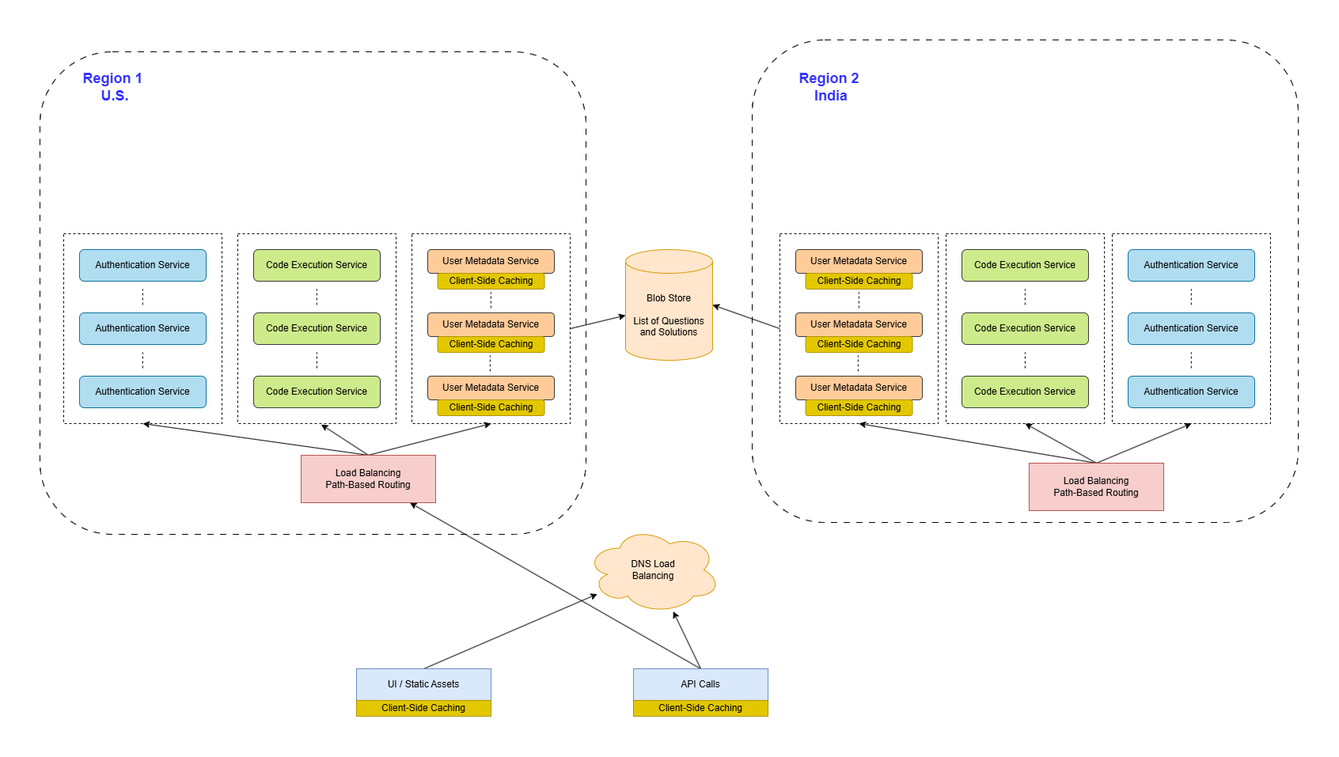
Above: SystemsExpert/Design AlgoExpert/design-algoexpert.png in alejosilvalau/coding-interview-prep (draw.io), before the change. Source tidied: cells renumbered, new cells last; positions are measured from the earlier drawing's top-left corner, leaving out a move shared by most shapes.
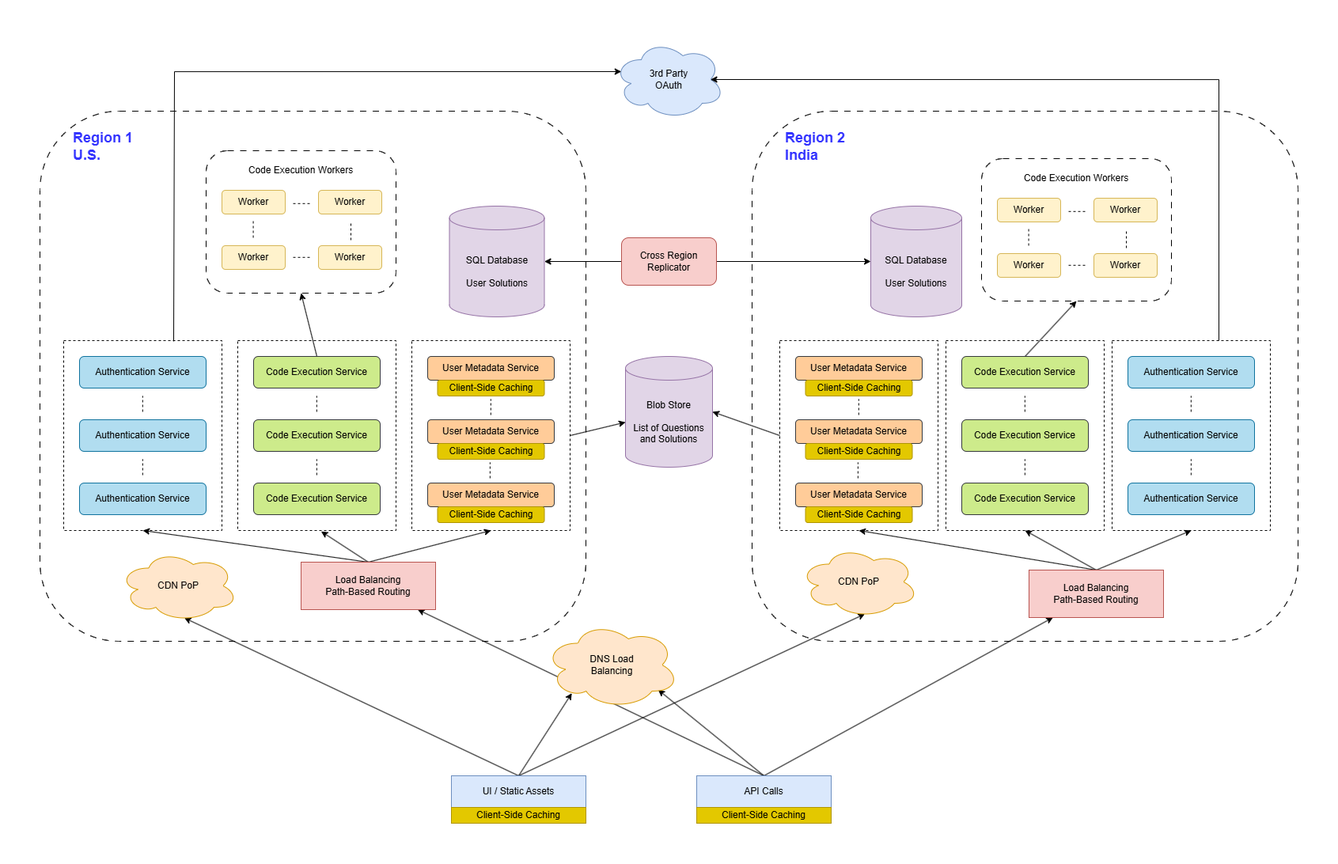
The same file after the commit.

Commit message:
Finished with the AlgoExpert Design

Change to the diagram source:
```diff
@@ -2,14 +2,17 @@
   <root>
     <mxCell id="0" />
     <mxCell id="1" parent="0" />
+    <mxCell id="67" style="rounded=1;whiteSpace=wrap;html=1;strokeColor=default;fillColor=none;dashed=1;dashPattern=8 8;" parent="1" vertex="1">
+      <mxGeometry x="210" y="5" width="240" height="180" as="geometry" />
+    </mxCell>
     <mxCell id="2" style="rounded=1;whiteSpace=wrap;html=1;fillColor=none;dashed=1;dashPattern=8 8;" parent="1" vertex="1">
-      <mxGeometry y="15" width="690" height="610" as="geometry" />
+      <mxGeometry y="-45" width="690" height="670" as="geometry" />
     </mxCell>
     <mxCell id="3" style="rounded=0;jettySize=auto;html=1;exitX=0.5;exitY=0;exitDx=0;exitDy=0;entryX=0.5;entryY=1;entryDx=0;entryDy=0;" parent="1" edge="1" source="45" target="40">
       <mxGeometry relative="1" as="geometry" />
     </mxCell>
     <mxCell id="4" style="rounded=1;whiteSpace=wrap;html=1;fillColor=none;dashed=1;dashPattern=8 8;" parent="1" vertex="1">
-      <mxGeometry x="900" width="690" height="610" as="geometry" />
+      <mxGeometry x="900" y="-45" width="690" height="670" as="geometry" />
     </mxCell>
     <mxCell id="5" style="rounded=0;whiteSpace=wrap;html=1;fillColor=none;dashed=1;" parent="1" vertex="1">
       <mxGeometry x="30" y="245" width="200" height="240" as="geometry" />
@@ -23,29 +26,38 @@
     <mxCell id="8" style="rounded=0;whiteSpace=wrap;html=1;fillColor=none;dashed=1;" parent="1" vertex="1">
       <mxGeometry x="470" y="245" width="200" height="240" as="geometry" />
     </mxCell>
-    <mxCell id="9" style="rounded=0;jettySize=auto;html=1;exitX=0.5;exitY=0;exitDx=0;exitDy=0;" parent="1" edge="1" source="10" target="16">
+    <mxCell id="9" style="rounded=0;jettySize=auto;html=1;exitX=0.5;exitY=0;exitDx=0;exitDy=0;entryX=0.204;entryY=0.824;entryDx=0;entryDy=0;entryPerimeter=0;" parent="1" edge="1" source="10" target="16">
       <mxGeometry relative="1" as="geometry" />
     </mxCell>
+    <mxCell id="68" style="rounded=0;jettySize=auto;html=1;exitX=0.5;exitY=0;exitDx=0;exitDy=0;entryX=0.55;entryY=0.95;entryDx=0;entryDy=0;entryPerimeter=0;" parent="1" edge="1" source="10" target="73">
+      <mxGeometry relative="1" as="geometry" />
+    </mxCell>
+    <mxCell id="69" style="rounded=0;jettySize=auto;html=1;exitX=0.5;exitY=0;exitDx=0;exitDy=0;entryX=0.55;entryY=0.95;entryDx=0;entryDy=0;entryPerimeter=0;" parent="1" edge="1" source="10" target="74">
+      <mxGeometry relative="1" as="geometry" />
+    </mxCell>
     <mxCell id="10" value="UI / Static Assets" style="rounded=0;whiteSpace=wrap;html=1;fillColor=#dae8fc;strokeColor=#6c8ebf;" parent="1" vertex="1">
-      <mxGeometry x="400" y="795" width="170" height="40" as="geometry" />
+      <mxGeometry x="520" y="795" width="170" height="40" as="geometry" />
     </mxCell>
-    <mxCell id="11" style="rounded=0;jettySize=auto;html=1;exitX=0.5;exitY=0;exitDx=0;exitDy=0;" parent="1" edge="1" source="13" target="16">
+    <mxCell id="11" style="rounded=0;jettySize=auto;html=1;exitX=0.5;exitY=0;exitDx=0;exitDy=0;entryX=0.846;entryY=0.785;entryDx=0;entryDy=0;entryPerimeter=0;" parent="1" edge="1" source="13" target="16">
       <mxGeometry relative="1" as="geometry" />
     </mxCell>
     <mxCell id="12" style="rounded=0;jettySize=auto;html=1;exitX=0.5;exitY=0;exitDx=0;exitDy=0;" parent="1" edge="1" source="13" target="20">
       <mxGeometry relative="1" as="geometry" />
     </mxCell>
+    <mxCell id="70" style="rounded=0;jettySize=auto;html=1;exitX=0.5;exitY=0;exitDx=0;exitDy=0;" parent="1" edge="1" source="13" target="45">
+      <mxGeometry relative="1" as="geometry" />
+    </mxCell>
     <mxCell id="13" value="API Calls" style="rounded=0;whiteSpace=wrap;html=1;fillColor=#dae8fc;strokeColor=#6c8ebf;" parent="1" vertex="1">
-      <mxGeometry x="750" y="795" width="170" height="40" as="geometry" />
+      <mxGeometry x="830" y="795" width="170" height="40" as="geometry" />
     </mxCell>
     <mxCell id="14" value="Client-Side Caching" style="rounded=0;whiteSpace=wrap;html=1;fillColor=#e3c800;strokeColor=#B09500;fontColor=#000000;" parent="1" vertex="1">
-      <mxGeometry x="400" y="835" width="170" height="20" as="geometry" />
+      <mxGeometry x="520" y="835" width="170" height="20" as="geometry" />
     </mxCell>
     <mxCell id="15" value="Client-Side Caching" style="rounded=0;whiteSpace=wrap;html=1;fillColor=#e3c800;strokeColor=#B09500;fontColor=#000000;" parent="1" vertex="1">
-      <mxGeometry x="750" y="835" width="170" height="20" as="geometry" />
+      <mxGeometry x="830" y="835" width="170" height="20" as="geometry" />
     </mxCell>
     <mxCell id="16" value="DNS Load&lt;div&gt;Balancing&lt;/div&gt;" style="ellipse;shape=cloud;whiteSpace=wrap;html=1;fillColor=#ffe6cc;strokeColor=#d79b00;" parent="1" vertex="1">
-      <mxGeometry x="690" y="615" width="170" height="110" as="geometry" />
+      <mxGeometry x="637.5" y="600" width="170" height="110" as="geometry" />
     </mxCell>
     <mxCell id="17" style="rounded=0;jettySize=auto;html=1;exitX=0.5;exitY=0;exitDx=0;exitDy=0;entryX=0.5;entryY=1;entryDx=0;entryDy=0;" parent="1" edge="1" source="20" target="5">
       <mxGeometry relative="1" as="geometry" />
@@ -80,6 +92,9 @@
         <mxPoint x="129.8" y="315" as="targetPoint" />
       </mxGeometry>
     </mxCell>
+    <mxCell id="71" style="rounded=0;jettySize=auto;html=1;exitX=0.5;exitY=0;exitDx=0;exitDy=0;entryX=0.5;entryY=1;entryDx=0;entryDy=0;" parent="1" edge="1" source="26" target="67">
+      <mxGeometry relative="1" as="geometry" />
+    </mxCell>
     <mxCell id="26" value="Code Execution Service" style="rounded=1;whiteSpace=wrap;html=1;fillColor=#cdeb8b;strokeColor=#36393d;" parent="1" vertex="1">
       <mxGeometry x="270" y="265" width="160" height="40" as="geometry" />
     </mxCell>
@@ -131,7 +146,7 @@
     <mxCell id="38" value="Client-Side Caching" style="rounded=1;whiteSpace=wrap;html=1;fillColor=#e3c800;strokeColor=#B09500;fontColor=#000000;" parent="1" vertex="1">
       <mxGeometry x="502.5" y="295" width="135" height="20" as="geometry" />
     </mxCell>
-    <mxCell id="39" value="Blob Store&lt;div&gt;&lt;br&gt;&lt;/div&gt;&lt;div&gt;List of Questions and Solutions&lt;/div&gt;" style="shape=cylinder3;whiteSpace=wrap;html=1;boundedLbl=1;backgroundOutline=1;size=15;fillColor=#ffe6cc;strokeColor=#d79b00;" parent="1" vertex="1">
+    <mxCell id="39" value="Blob Store&lt;div&gt;&lt;br&gt;&lt;/div&gt;&lt;div&gt;List of Questions and Solutions&lt;/div&gt;" style="shape=cylinder3;whiteSpace=wrap;html=1;boundedLbl=1;backgroundOutline=1;size=15;fillColor=#e1d5e7;strokeColor=#9673a6;" parent="1" vertex="1">
       <mxGeometry x="740" y="265" width="110" height="140" as="geometry" />
     </mxCell>
     <mxCell id="40" style="rounded=0;whiteSpace=wrap;html=1;fillColor=none;dashed=1;" parent="1" vertex="1">
@@ -173,6 +188,9 @@
         <mxPoint x="1454.8" y="315" as="targetPoint" />
       </mxGeometry>
     </mxCell>
+    <mxCell id="72" style="rounded=0;jettySize=auto;html=1;exitX=0.5;exitY=0;exitDx=0;exitDy=0;entryX=0.5;entryY=1;entryDx=0;entryDy=0;" parent="1" edge="1" source="51" target="92">
+      <mxGeometry relative="1" as="geometry" />
+    </mxCell>
     <mxCell id="51" value="Code Execution Service" style="rounded=1;whiteSpace=wrap;html=1;fillColor=#cdeb8b;strokeColor=#36393d;" parent="1" vertex="1">
       <mxGeometry x="1165" y="265" width="160" height="40" as="geometry" />
     </mxCell>
@@ -227,11 +245,132 @@
     <mxCell id="64" style="rounded=0;jettySize=auto;html=1;exitX=0;exitY=0.5;exitDx=0;exitDy=0;entryX=1;entryY=0.5;entryDx=0;entryDy=0;entryPerimeter=0;" parent="1" edge="1" source="42" target="39">
       <mxGeometry relative="1" as="geometry" />
     </mxCell>
-    <mxCell id="65" value="&lt;font color=&quot;#3333ff&quot; style=&quot;font-size: 18px;&quot;&gt;&lt;b&gt;Region 1&amp;nbsp;&lt;/b&gt;&lt;/font&gt;&lt;div&gt;&lt;b style=&quot;font-size: 18px; color: rgb(51, 51, 255); background-color: initial;&quot;&gt;U.S.&lt;/b&gt;&lt;/div&gt;" style="text;html=1;align=center;verticalAlign=middle;whiteSpace=wrap;rounded=0;" parent="1" vertex="1">
-      <mxGeometry x="30" y="45" width="130" height="30" as="geometry" />
+    <mxCell id="65" value="&lt;font color=&quot;#3333ff&quot; style=&quot;font-size: 18px;&quot;&gt;&lt;b&gt;Region 1&lt;/b&gt;&lt;/font&gt;&lt;div&gt;&lt;b style=&quot;background-color: initial; font-size: 18px; color: rgb(51, 51, 255);&quot;&gt;U.S.&lt;/b&gt;&lt;/div&gt;" style="text;html=1;align=left;verticalAlign=middle;whiteSpace=wrap;rounded=0;" parent="1" vertex="1">
+      <mxGeometry x="40" y="-15" width="90" height="30" as="geometry" />
     </mxCell>
-    <mxCell id="66" value="&lt;font color=&quot;#3333ff&quot; style=&quot;font-size: 18px;&quot;&gt;&lt;b&gt;Region 2&amp;nbsp;&lt;/b&gt;&lt;/font&gt;&lt;div&gt;&lt;b style=&quot;font-size: 18px; color: rgb(51, 51, 255); background-color: initial;&quot;&gt;India&lt;/b&gt;&lt;/div&gt;" style="text;html=1;align=center;verticalAlign=middle;whiteSpace=wrap;rounded=0;" parent="1" vertex="1">
-      <mxGeometry x="935" y="45" width="130" height="30" as="geometry" />
+    <mxCell id="66" value="&lt;font color=&quot;#3333ff&quot; style=&quot;font-size: 18px;&quot;&gt;&lt;b&gt;Region 2&lt;/b&gt;&lt;/font&gt;&lt;div style=&quot;&quot;&gt;&lt;b style=&quot;background-color: initial; font-size: 18px; color: rgb(51, 51, 255);&quot;&gt;India&lt;/b&gt;&lt;/div&gt;" style="text;html=1;align=left;verticalAlign=middle;whiteSpace=wrap;rounded=0;" parent="1" vertex="1">
+      <mxGeometry x="940" y="-15" width="90" height="30" as="geometry" />
     </mxCell>
+    <mxCell id="73" value="CDN PoP" style="ellipse;shape=cloud;whiteSpace=wrap;html=1;fillColor=#ffe6cc;strokeColor=#d79b00;" parent="1" vertex="1">
+      <mxGeometry x="100" y="510" width="150" height="90" as="geometry" />
+    </mxCell>
+    <mxCell id="74" value="CDN PoP" style="ellipse;shape=cloud;whiteSpace=wrap;html=1;fillColor=#ffe6cc;strokeColor=#d79b00;" parent="1" vertex="1">
+      <mxGeometry x="960" y="505" width="150" height="90" as="geometry" />
+    </mxCell>
+    <mxCell id="75" style="edgeStyle=orthogonalEdgeStyle;rounded=0;jettySize=auto;html=1;exitX=0;exitY=0.5;exitDx=0;exitDy=0;" parent="1" edge="1" source="77" target="78">
+      <mxGeometry relative="1" as="geometry" />
+    </mxCell>
+    <mxCell id="76" style="edgeStyle=orthogonalEdgeStyle;rounded=0;jettySize=auto;html=1;exitX=1;exitY=0.5;exitDx=0;exitDy=0;" parent="1" edge="1" source="77" target="79">
+      <mxGeometry relative="1" as="geometry" />
+    </mxCell>
+    <mxCell id="77" value="Cross Region Replicator" style="rounded=1;whiteSpace=wrap;html=1;fillColor=#f8cecc;strokeColor=#b85450;" parent="1" vertex="1">
+      <mxGeometry x="735" y="115" width="120" height="60" as="geometry" />
+    </mxCell>
+    <mxCell id="78" value="SQL Database&lt;div&gt;&lt;br&gt;&lt;div&gt;User Solutions&lt;/div&gt;&lt;/div&gt;" style="shape=cylinder3;whiteSpace=wrap;html=1;boundedLbl=1;backgroundOutline=1;size=15;fillColor=#e1d5e7;strokeColor=#9673a6;" parent="1" vertex="1">
+      <mxGeometry x="517.5" y="75" width="120" height="140" as="geometry" />
+    </mxCell>
+    <mxCell id="79" value="SQL Database&lt;div&gt;&lt;br&gt;&lt;div&gt;User Solutions&lt;/div&gt;&lt;/div&gt;" style="shape=cylinder3;whiteSpace=wrap;html=1;boundedLbl=1;backgroundOutline=1;size=15;fillColor=#e1d5e7;strokeColor=#9673a6;" parent="1" vertex="1">
+      <mxGeometry x="1050" y="75" width="115" height="140" as="geometry" />
+    </mxCell>
+    <mxCell id="80" value="3rd Party&lt;div&gt;OAuth&lt;/div&gt;" style="ellipse;shape=cloud;whiteSpace=wrap;html=1;fillColor=#dae8fc;strokeColor=#6c8ebf;" parent="1" vertex="1">
+      <mxGeometry x="725" y="-135" width="140" height="100" as="geometry" />
+    </mxCell>
+    <mxCell id="81" style="edgeStyle=orthogonalEdgeStyle;rounded=0;jettySize=auto;html=1;exitX=0.695;exitY=0.004;exitDx=0;exitDy=0;entryX=0.07;entryY=0.4;entryDx=0;entryDy=0;entryPerimeter=0;exitPerimeter=0;" parent="1" edge="1" source="5" target="80">
+      <mxGeometry relative="1" as="geometry">
+        <Array as="points">
+          <mxPoint x="170" y="-95" />
+        </Array>
+      </mxGeometry>
+    </mxCell>
+    <mxCell id="82" style="edgeStyle=orthogonalEdgeStyle;rounded=0;jettySize=auto;html=1;entryX=0.875;entryY=0.5;entryDx=0;entryDy=0;entryPerimeter=0;" parent="1" edge="1" target="80">
+      <mxGeometry relative="1" as="geometry">
+        <mxPoint x="1490" y="245" as="sourcePoint" />
+        <Array as="points">
+          <mxPoint x="1490" y="245" />
+          <mxPoint x="1490" y="-85" />
+        </Array>
+      </mxGeometry>
+    </mxCell>
+    <mxCell id="83" value="Worker" style="rounded=1;whiteSpace=wrap;html=1;fillColor=#fff2cc;strokeColor=#d6b656;" parent="1" vertex="1">
+      <mxGeometry x="230" y="55" width="80" height="30" as="geometry" />
+    </mxCell>
+    <mxCell id="84" value="Worker" style="rounded=1;whiteSpace=wrap;html=1;fillColor=#fff2cc;strokeColor=#d6b656;" parent="1" vertex="1">
+      <mxGeometry x="352" y="55" width="80" height="30" as="geometry" />
+    </mxCell>
+    <mxCell id="85" value="Worker" style="rounded=1;whiteSpace=wrap;html=1;fillColor=#fff2cc;strokeColor=#d6b656;" parent="1" vertex="1">
+      <mxGeometry x="352" y="125" width="80" height="30" as="geometry" />
+    </mxCell>
+    <mxCell id="86" value="Worker" style="rounded=1;whiteSpace=wrap;html=1;fillColor=#fff2cc;strokeColor=#d6b656;" parent="1" vertex="1">
+      <mxGeometry x="230" y="125" width="80" height="30" as="geometry" />
+    </mxCell>
+    <mxCell id="87" style="endArrow=none;dashed=1;html=1;rounded=0;" parent="1" edge="1">
+      <mxGeometry relative="1" as="geometry">
+        <mxPoint x="393" y="118" as="sourcePoint" />
+        <mxPoint x="393" y="96" as="targetPoint" />
+      </mxGeometry>
+    </mxCell>
+    <mxCell id="88" style="endArrow=none;dashed=1;html=1;rounded=0;" parent="1" edge="1">
+      <mxGeometry relative="1" as="geometry">
+        <mxPoint x="269.6" y="115" as="sourcePoint" />
+        <mxPoint x="269.6" y="93" as="targetPoint" />
+      </mxGeometry>
+    </mxCell>
+    <mxCell id="89" style="endArrow=none;dashed=1;html=1;rounded=0;" parent="1" edge="1">
+      <mxGeometry relative="1" as="geometry">
+        <mxPoint x="320" y="71.8" as="sourcePoint" />
+        <mxPoint x="342" y="71.8" as="targetPoint" />
+      </mxGeometry>
+    </mxCell>
+    <mxCell id="90" style="endArrow=none;dashed=1;html=1;rounded=0;" parent="1" edge="1">
+      <mxGeometry relative="1" as="geometry">
+        <mxPoint x="320" y="139.8" as="sourcePoint" />
+        <mxPoint x="342" y="139.8" as="targetPoint" />
+      </mxGeometry>
+    </mxCell>
+    <mxCell id="91" value="Code Execution Workers" style="text;html=1;align=center;verticalAlign=middle;whiteSpace=wrap;rounded=0;" parent="1" vertex="1">
+      <mxGeometry x="240" y="15" width="180" height="30" as="geometry" />
+    </mxCell>
+    <mxCell id="92" style="rounded=1;whiteSpace=wrap;html=1;strokeColor=default;fillColor=none;dashed=1;dashPattern=8 8;" parent="1" vertex="1">
+      <mxGeometry x="1190" y="15" width="240" height="180" as="geometry" />
+    </mxCell>
+    <mxCell id="93" value="Worker" style="rounded=1;whiteSpace=wrap;html=1;fillColor=#fff2cc;strokeColor=#d6b656;" parent="1" vertex="1">
+      <mxGeometry x="1210" y="65" width="80" height="30" as="geometry" />
+    </mxCell>
+    <mxCell id="94" value="Worker" style="rounded=1;whiteSpace=wrap;html=1;fillColor=#fff2cc;strokeColor=#d6b656;" parent="1" vertex="1">
+      <mxGeometry x="1332" y="65" width="80" height="30" as="geometry" />
+    </mxCell>
+    <mxCell id="95" value="Worker" style="rounded=1;whiteSpace=wrap;html=1;fillColor=#fff2cc;strokeColor=#d6b656;" parent="1" vertex="1">
+      <mxGeometry x="1332" y="135" width="80" height="30" as="geometry" />
+    </mxCell>
+    <mxCell id="96" value="Worker" style="rounded=1;whiteSpace=wrap;html=1;fillColor=#fff2cc;strokeColor=#d6b656;" parent="1" vertex="1">
+      <mxGeometry x="1210" y="135" width="80" height="30" as="geometry" />
+    </mxCell>
+    <mxCell id="97" style="endArrow=none;dashed=1;html=1;rounded=0;" parent="1" edge="1">
+      <mxGeometry relative="1" as="geometry">
+        <mxPoint x="1373" y="128" as="sourcePoint" />
+        <mxPoint x="1373" y="106" as="targetPoint" />
+      </mxGeometry>
+    </mxCell>
+    <mxCell id="98" style="endArrow=none;dashed=1;html=1;rounded=0;" parent="1" edge="1">
+      <mxGeometry relative="1" as="geometry">
+        <mxPoint x="1249.6" y="125" as="sourcePoint" />
+        <mxPoint x="1249.6" y="103" as="targetPoint" />
+      </mxGeometry>
+    </mxCell>
+    <mxCell id="99" style="endArrow=none;dashed=1;html=1;rounded=0;" parent="1" edge="1">
+      <mxGeometry relative="1" as="geometry">
+        <mxPoint x="1300" y="81.8" as="sourcePoint" />
+        <mxPoint x="1322" y="81.8" as="targetPoint" />
+      </mxGeometry>
+    </mxCell>
+    <mxCell id="100" style="endArrow=none;dashed=1;html=1;rounded=0;" parent="1" edge="1">
+      <mxGeometry relative="1" as="geometry">
+        <mxPoint x="1300" y="149.8" as="sourcePoint" />
+        <mxPoint x="1322" y="149.8" as="targetPoint" />
+      </mxGeometry>
+    </mxCell>
+    <mxCell id="101" value="Code Execution Workers" style="text;html=1;align=center;verticalAlign=middle;whiteSpace=wrap;rounded=0;" parent="1" vertex="1">
+      <mxGeometry x="1220" y="25" width="180" height="30" as="geometry" />
+    </mxCell>
   </root>
 </mxGraphModel>
```
